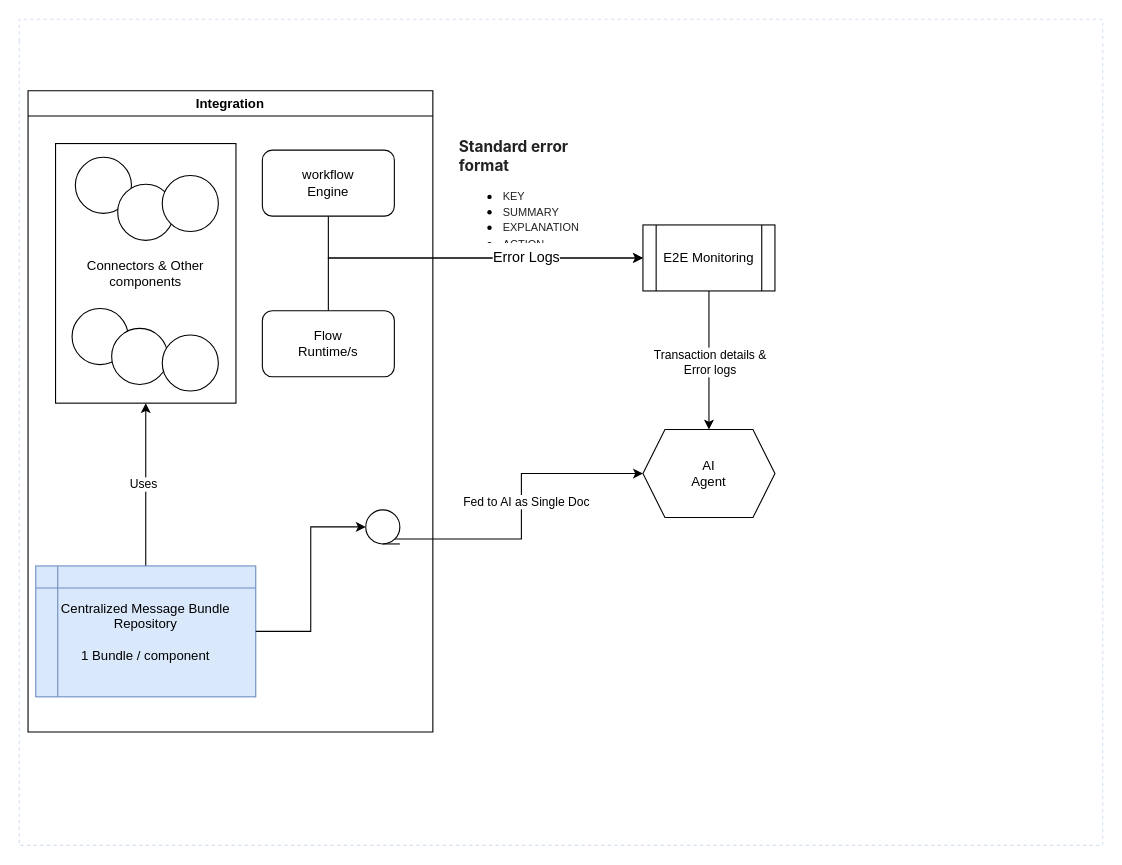
Earlier version of the draw.io diagram ObservabilityAgent.drawio (prasad-gsk-IBM/myibmrepo-prasad). Source tidied: cells renumbered, new cells numbered last; positions are measured from the earlier drawing's top-left corner, leaving out a move shared by most shapes. Both pictures are drawn from the tidied source at 110%, with x=0, y=0 at pixel (19, 19).
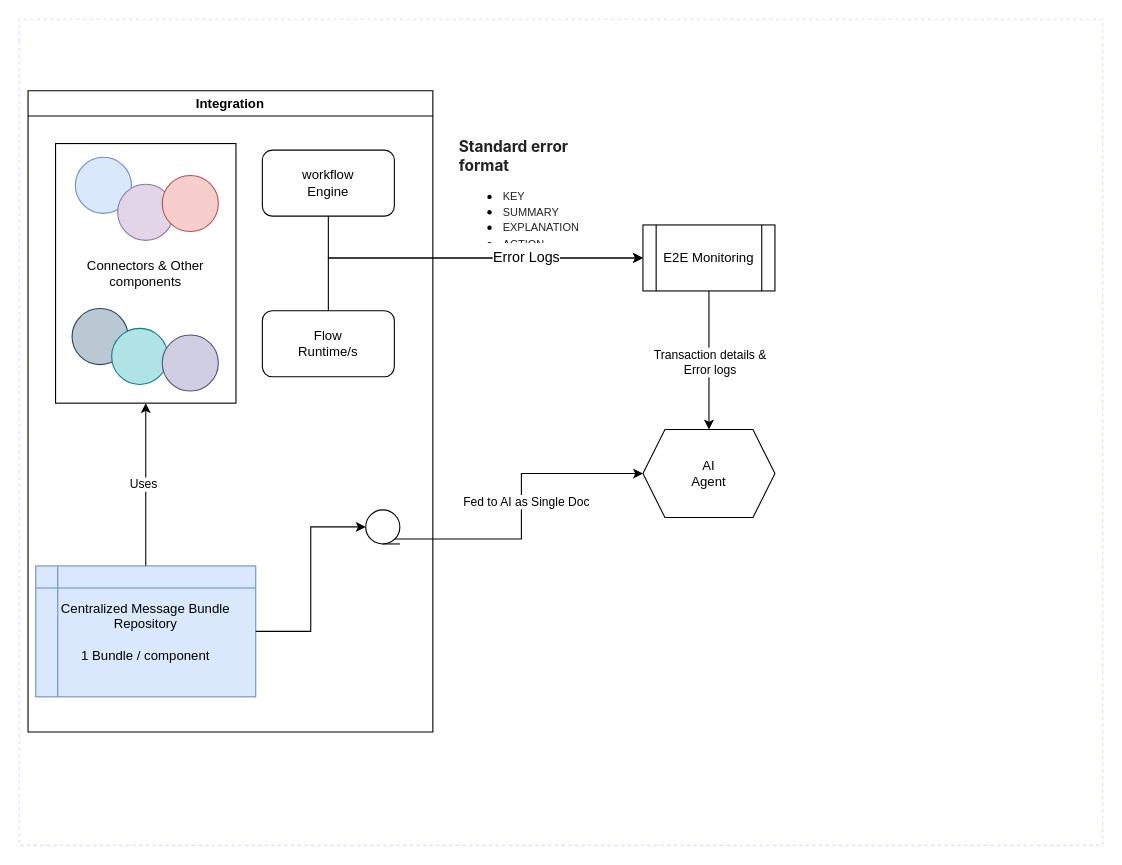
Above is the later version.

Unchanged cells that the change refers to:
```xml
<mxCell id="2" style="swimlane;html=1;startSize=20;horizontal=1;containerType=tree;labelBackgroundColor=none;strokeColor=#D4E1F5;strokeWidth=1;fillColor=none;fontFamily=Comic Sans MS;fontSize=9;swimlaneLine=0;dashed=1;" parent="1" vertex="1">
  <mxGeometry width="985" height="751" as="geometry" />
</mxCell>
```

Diff of the diagram source:
```diff
@@
-    <mxCell id="18" style="ellipse;whiteSpace=wrap;html=1;" parent="2" vertex="1">
+    <mxCell id="18" style="ellipse;whiteSpace=wrap;html=1;fillColor=#dae8fc;strokeColor=#6c8ebf;" parent="2" vertex="1">
       <mxGeometry x="51" y="125.5" width="51" height="51" as="geometry" />
     </mxCell>
-    <mxCell id="19" style="ellipse;whiteSpace=wrap;html=1;" parent="2" vertex="1">
+    <mxCell id="19" style="ellipse;whiteSpace=wrap;html=1;fillColor=#e1d5e7;strokeColor=#9673a6;" parent="2" vertex="1">
       <mxGeometry x="89.5" y="150" width="51" height="51" as="geometry" />
     </mxCell>
-    <mxCell id="20" style="ellipse;whiteSpace=wrap;html=1;" parent="2" vertex="1">
+    <mxCell id="20" style="ellipse;whiteSpace=wrap;html=1;fillColor=#bac8d3;strokeColor=#23445d;" parent="2" vertex="1">
       <mxGeometry x="48" y="263" width="51" height="51" as="geometry" />
     </mxCell>
-    <mxCell id="21" style="ellipse;whiteSpace=wrap;html=1;" parent="2" vertex="1">
+    <mxCell id="21" style="ellipse;whiteSpace=wrap;html=1;fillColor=#b0e3e6;strokeColor=#0e8088;" parent="2" vertex="1">
       <mxGeometry x="84" y="281" width="51" height="51" as="geometry" />
     </mxCell>
-    <mxCell id="22" style="ellipse;whiteSpace=wrap;html=1;" parent="2" vertex="1">
+    <mxCell id="22" style="ellipse;whiteSpace=wrap;html=1;fillColor=#d0cee2;strokeColor=#56517e;" parent="2" vertex="1">
       <mxGeometry x="130" y="287" width="51" height="51" as="geometry" />
     </mxCell>
-    <mxCell id="23" style="ellipse;whiteSpace=wrap;html=1;" parent="2" vertex="1">
+    <mxCell id="23" style="ellipse;whiteSpace=wrap;html=1;fillColor=#f8cecc;strokeColor=#b85450;" parent="2" vertex="1">
       <mxGeometry x="130" y="142" width="51" height="51" as="geometry" />
     </mxCell>
```
